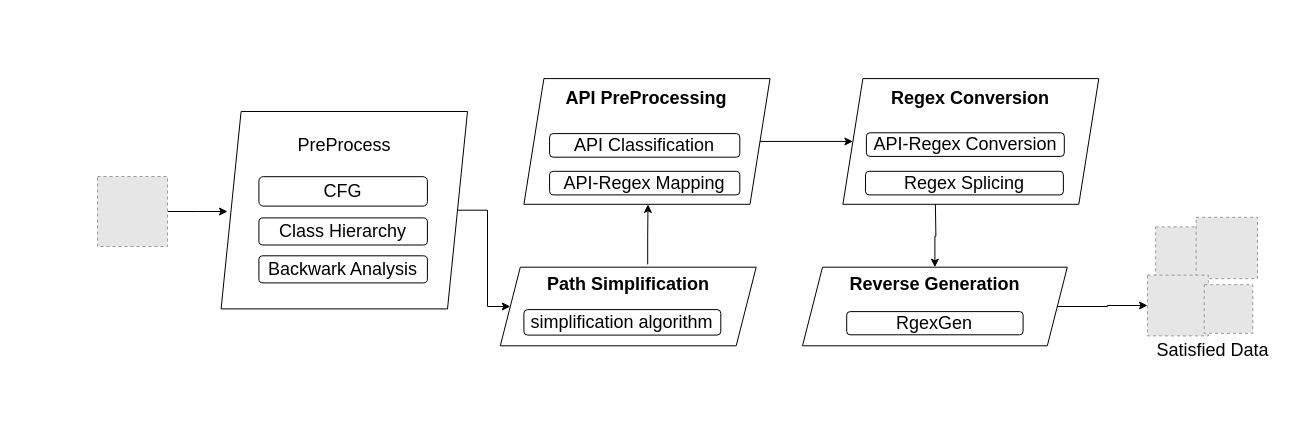
suoyi123wang/draw.io keeps this draw.io diagram as page "Page-1" (1 of 2) of JusStr.drawio. Above is the earlier version. Source tidied: cells renumbered, new cells numbered last; positions are measured from the earlier drawing's top-left corner, leaving out a move shared by most shapes. Both pictures are drawn from the tidied source at 100%, with x=0, y=0 at pixel (97, 78). Pictures stored in the file or linked from it are replaced by grey dashed boxes.
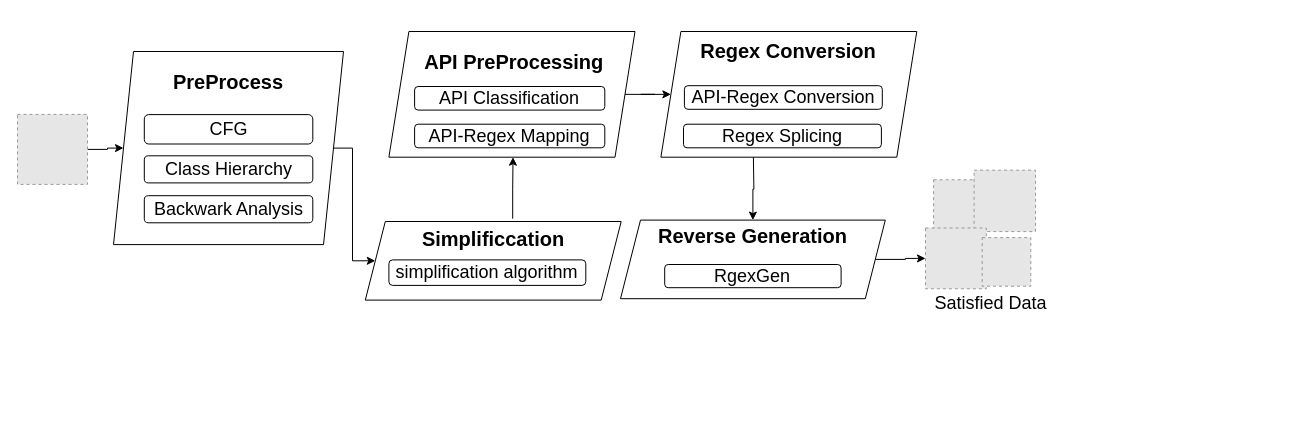
The same page after the edit.

Change to the diagram source:
```diff
@@
-    <mxCell id="7" style="group;" parent="1" vertex="1">
-      <mxGeometry x="402.8" y="0.1" width="246.1" height="125.7" as="geometry" />
-    </mxCell>
+    <mxCell id="43" style="group;" parent="1" vertex="1">
+      <mxGeometry x="267.8" y="-47" width="246.1" height="125.7" as="geometry" />
+    </mxCell>
-    <mxCell id="8" style="group;" parent="7" vertex="1">
+    <mxCell id="8" style="group;" parent="43" vertex="1">
       <mxGeometry x="23.6" width="246.1" height="125.7" as="geometry" />
     </mxCell>
-    <mxCell id="9" value="&lt;span style=&quot;font-weight: 700&quot;&gt;&lt;br&gt;API PreProcessing&lt;br&gt;&lt;br&gt;&lt;br&gt;&lt;br&gt;&lt;br&gt;&lt;/span&gt;&lt;br&gt;" style="shape=parallelogram;perimeter=parallelogramPerimeter;whiteSpace=wrap;html=1;fixedSize=1;fontSize=18;" parent="8" vertex="1">
+    <mxCell id="9" value="&lt;span style=&quot;font-weight: 700&quot;&gt;&lt;font&gt;&lt;br&gt;&lt;font style=&quot;font-size: 20px&quot;&gt;&amp;nbsp;API PreProcessing&lt;br&gt;&lt;/font&gt;&lt;br&gt;&lt;br&gt;&lt;br&gt;&lt;br&gt;&lt;/font&gt;&lt;/span&gt;" style="shape=parallelogram;perimeter=parallelogramPerimeter;whiteSpace=wrap;html=1;fixedSize=1;fontSize=18;" parent="8" vertex="1">
       <mxGeometry width="246.1" height="125.7" as="geometry" />
     </mxCell>
@@
-    <mxCell id="12" style="group;" parent="1" vertex="1">
-      <mxGeometry x="754.2" y="0.1" width="255.9" height="125.7" as="geometry" />
-    </mxCell>
+    <mxCell id="44" style="group;" parent="1" vertex="1">
+      <mxGeometry x="572.2" y="-47" width="255.9" height="125.7" as="geometry" />
+    </mxCell>
-    <mxCell id="13" style="group;" parent="12" vertex="1">
+    <mxCell id="13" style="group;" parent="44" vertex="1">
       <mxGeometry x="-8.8" width="255.9" height="125.7" as="geometry" />
     </mxCell>
-    <mxCell id="14" value="&lt;b&gt;&lt;br&gt;Regex Conversion&lt;br&gt;&lt;br&gt;&lt;br&gt;&lt;br&gt;&lt;br&gt;&lt;br&gt;&lt;/b&gt;" style="shape=parallelogram;perimeter=parallelogramPerimeter;whiteSpace=wrap;html=1;fixedSize=1;fontSize=18;" parent="13" vertex="1">
+    <mxCell id="14" value="&lt;b&gt;&lt;br&gt;&lt;font style=&quot;font-size: 20px&quot;&gt;Regex Conversion&lt;br&gt;&lt;/font&gt;&lt;br&gt;&lt;br&gt;&lt;br&gt;&lt;br&gt;&lt;br&gt;&lt;/b&gt;" style="shape=parallelogram;perimeter=parallelogramPerimeter;whiteSpace=wrap;html=1;fixedSize=1;fontSize=18;" parent="13" vertex="1">
       <mxGeometry width="255.9" height="125.7" as="geometry" />
     </mxCell>
@@
-    <mxCell id="17" style="group;" parent="1" vertex="1">
-      <mxGeometry x="705" y="188.7" width="264.8" height="78.6" as="geometry" />
-    </mxCell>
+    <mxCell id="45" style="group;" parent="1" vertex="1">
+      <mxGeometry x="523" y="141.6" width="264.8" height="78.6" as="geometry" />
+    </mxCell>
-    <mxCell id="18" value="&lt;b&gt;&lt;br&gt;&lt;br&gt;Reverse Generation&lt;br&gt;&lt;br&gt;&lt;br&gt;&lt;br&gt;&lt;br&gt;&lt;/b&gt;" style="shape=parallelogram;perimeter=parallelogramPerimeter;whiteSpace=wrap;html=1;fixedSize=1;fontSize=18;" parent="17" vertex="1">
+    <mxCell id="18" value="&lt;b&gt;&lt;font style=&quot;font-size: 20px&quot;&gt;&lt;br&gt;&lt;br&gt;Reverse Generation&lt;br&gt;&lt;br&gt;&lt;br&gt;&lt;br&gt;&lt;/font&gt;&lt;br&gt;&lt;/b&gt;" style="shape=parallelogram;perimeter=parallelogramPerimeter;whiteSpace=wrap;html=1;fixedSize=1;fontSize=18;" parent="45" vertex="1">
       <mxGeometry width="264.8" height="78.6" as="geometry" />
     </mxCell>
-    <mxCell id="19" value="RgexGen" style="rounded=1;whiteSpace=wrap;html=1;fontSize=18;" parent="17" vertex="1">
+    <mxCell id="19" value="RgexGen" style="rounded=1;whiteSpace=wrap;html=1;fontSize=18;" parent="45" vertex="1">
       <mxGeometry x="44.2" y="44.4" width="176.4" height="23.2" as="geometry" />
     </mxCell>
-    <mxCell id="20" style="group;" parent="1" vertex="1">
-      <mxGeometry x="402.8" y="188.7" width="255.9" height="78.6" as="geometry" />
-    </mxCell>
-    <mxCell id="21" value="&lt;span style=&quot;font-weight: 700&quot;&gt;Path Simplification&lt;br&gt;&lt;br&gt;&lt;/span&gt;&lt;span style=&quot;font-weight: 700&quot;&gt;&lt;br&gt;&lt;/span&gt;" style="shape=parallelogram;perimeter=parallelogramPerimeter;whiteSpace=wrap;html=1;fixedSize=1;fontSize=18;" parent="20" vertex="1">
-      <mxGeometry width="255.9" height="78.6" as="geometry" />
-    </mxCell>
+    <mxCell id="46" style="group;" parent="1" vertex="1">
+      <mxGeometry x="267.8" y="143" width="255.9" height="78.6" as="geometry" />
+    </mxCell>
+    <mxCell id="47" value="&lt;span style=&quot;font-weight: 700&quot;&gt;&lt;span style=&quot;font-size: 20px&quot;&gt;Simplificcation&lt;br&gt;&lt;/span&gt;&lt;br&gt;&lt;br&gt;&lt;/span&gt;" style="shape=parallelogram;perimeter=parallelogramPerimeter;whiteSpace=wrap;html=1;fixedSize=1;fontSize=18;" parent="46" vertex="1">
+      <mxGeometry width="255.9" height="78.6" as="geometry" />
+    </mxCell>
-    <mxCell id="22" value="simplification algorithm" style="rounded=1;whiteSpace=wrap;html=1;fontSize=18;" parent="20" vertex="1">
-      <mxGeometry x="23.6" y="42.4" width="196.9" height="25.5" as="geometry" />
+    <mxCell id="22" value="simplification algorithm" style="rounded=1;whiteSpace=wrap;html=1;fontSize=18;" parent="46" vertex="1">
+      <mxGeometry x="23.6" y="38.4" width="196.9" height="25.5" as="geometry" />
     </mxCell>
-    <mxCell id="23" style="edgeStyle=orthogonalEdgeStyle;rounded=0;jettySize=auto;html=1;exitX=0.576;exitY=-0.036;exitDx=0;exitDy=0;fontSize=18;exitPerimeter=0;" parent="1" edge="1" source="21">
-      <mxGeometry relative="1" as="geometry">
-        <mxPoint x="550.5" y="125.9" as="targetPoint" />
-      </mxGeometry>
-    </mxCell>
+    <mxCell id="48" style="edgeStyle=orthogonalEdgeStyle;rounded=0;jettySize=auto;html=1;exitX=0.576;exitY=-0.036;exitDx=0;exitDy=0;fontSize=18;exitPerimeter=0;" parent="1" edge="1" source="47">
+      <mxGeometry relative="1" as="geometry">
+        <mxPoint x="415.5" y="78.7" as="targetPoint" />
+      </mxGeometry>
+    </mxCell>
@@
-    <mxCell id="25" style="edgeStyle=orthogonalEdgeStyle;rounded=0;jettySize=auto;html=1;entryX=0.5;entryY=0;entryDx=0;entryDy=0;fontSize=18;" parent="1" edge="1" target="18">
-      <mxGeometry relative="1" as="geometry">
-        <mxPoint x="837.9" y="125.9" as="sourcePoint" />
-      </mxGeometry>
-    </mxCell>
-    <mxCell id="26" style="group;" parent="1" vertex="1">
-      <mxGeometry x="100" y="33" width="290" height="300" as="geometry" />
-    </mxCell>
-    <mxCell id="27" style="group;" parent="26" vertex="1">
-      <mxGeometry x="23.6" width="246.4" height="300" as="geometry" />
-    </mxCell>
-    <mxCell id="28" value="&lt;br&gt;&lt;br&gt;&lt;br&gt;&lt;br&gt;&lt;br&gt;PreProcess&lt;br&gt;&lt;br&gt;&lt;br&gt;&lt;br&gt;&lt;br&gt;&lt;br&gt;&lt;br&gt;&lt;br&gt;&lt;br&gt;&lt;br&gt;&lt;br&gt;&lt;br&gt;" style="shape=parallelogram;perimeter=parallelogramPerimeter;whiteSpace=wrap;html=1;fixedSize=1;fontSize=18;" parent="27" vertex="1">
-      <mxGeometry width="246.4" height="197.4" as="geometry" />
-    </mxCell>
-    <mxCell id="29" value="CFG" style="rounded=1;whiteSpace=wrap;html=1;fontSize=18;" parent="27" vertex="1">
-      <mxGeometry x="37.8" y="65.2" width="168.5" height="29.4" as="geometry" />
-    </mxCell>
-    <mxCell id="30" value="Class Hierarchy" style="rounded=1;whiteSpace=wrap;html=1;fontSize=18;" parent="27" vertex="1">
-      <mxGeometry x="37.8" y="106.4" width="168.5" height="27.1" as="geometry" />
-    </mxCell>
-    <mxCell id="31" value="Backwark Analysis" style="rounded=1;whiteSpace=wrap;html=1;fontSize=18;" parent="27" vertex="1">
-      <mxGeometry x="37.8" y="144.3" width="168.5" height="27.1" as="geometry" />
-    </mxCell>
-    <mxCell id="32" style="edgeStyle=orthogonalEdgeStyle;rounded=0;jettySize=auto;html=1;entryX=0;entryY=0.5;entryDx=0;entryDy=0;fontSize=18;exitX=1;exitY=0.5;exitDx=0;exitDy=0;" parent="1" edge="1" source="28" target="21">
-      <mxGeometry relative="1" as="geometry" />
-    </mxCell>
-    <mxCell id="33" style="group;" parent="1" vertex="1">
-      <mxGeometry x="1030" y="137" width="150" height="150" as="geometry" />
-    </mxCell>
+    <mxCell id="49" style="edgeStyle=orthogonalEdgeStyle;rounded=0;jettySize=auto;html=1;entryX=0.5;entryY=0;entryDx=0;entryDy=0;fontSize=18;" parent="1" edge="1" target="18">
+      <mxGeometry relative="1" as="geometry">
+        <mxPoint x="655.9" y="78.7" as="sourcePoint" />
+      </mxGeometry>
+    </mxCell>
+    <mxCell id="50" style="group;" parent="1" vertex="1">
+      <mxGeometry x="808" y="89.9" width="150" height="150" as="geometry" />
+    </mxCell>
-    <mxCell id="34" style="group;rotation=90;" parent="33" vertex="1">
+    <mxCell id="34" style="group;rotation=90;" parent="50" vertex="1">
       <mxGeometry x="10" y="-10" width="110" height="130" as="geometry" />
     </mxCell>
@@
-    <mxCell id="39" value="Satisfied Data" style="text;html=1;align=center;verticalAlign=middle;strokeColor=none;fillColor=none;fontSize=18;" parent="33" vertex="1">
+    <mxCell id="39" value="Satisfied Data" style="text;html=1;align=center;verticalAlign=middle;strokeColor=none;fillColor=none;fontSize=18;" parent="50" vertex="1">
       <mxGeometry x="20" y="120" width="130" height="30" as="geometry" />
     </mxCell>
@@
-    <mxCell id="41" style="edgeStyle=orthogonalEdgeStyle;rounded=0;jettySize=auto;html=1;fontSize=18;" parent="1" edge="1" source="42">
-      <mxGeometry relative="1" as="geometry">
-        <mxPoint x="130" y="133" as="targetPoint" />
-      </mxGeometry>
-    </mxCell>
-    <mxCell id="42" style="fillColor=#E6E6E6;strokeColor=#999999;dashed=1;verticalLabelPosition=bottom;labelBackgroundColor=default;verticalAlign=top;" parent="1" vertex="1">
-      <mxGeometry y="98" width="70" height="70" as="geometry" />
-    </mxCell>
+    <mxCell id="51" style="edgeStyle=orthogonalEdgeStyle;rounded=0;jettySize=auto;html=1;entryX=0;entryY=0.5;entryDx=0;entryDy=0;fontSize=22;" parent="1" edge="1" source="52" target="28">
+      <mxGeometry relative="1" as="geometry" />
+    </mxCell>
+    <mxCell id="52" style="fillColor=#E6E6E6;strokeColor=#999999;dashed=1;verticalLabelPosition=bottom;labelBackgroundColor=default;verticalAlign=top;" parent="1" vertex="1">
+      <mxGeometry x="-80" y="35.9" width="70" height="70" as="geometry" />
+    </mxCell>
+    <mxCell id="53" style="group;" parent="1" vertex="1">
+      <mxGeometry x="16" y="-27" width="230" height="193.1" as="geometry" />
+    </mxCell>
+    <mxCell id="29" value="CFG" style="rounded=1;whiteSpace=wrap;html=1;fontSize=18;" parent="53" vertex="1">
+      <mxGeometry x="30.8" y="63.1" width="168.5" height="29.4" as="geometry" />
+    </mxCell>
+    <mxCell id="30" value="Class Hierarchy" style="rounded=1;whiteSpace=wrap;html=1;fontSize=18;" parent="53" vertex="1">
+      <mxGeometry x="30.8" y="104.3" width="168.5" height="27.1" as="geometry" />
+    </mxCell>
+    <mxCell id="31" value="Backwark Analysis" style="rounded=1;whiteSpace=wrap;html=1;fontSize=18;" parent="53" vertex="1">
+      <mxGeometry x="30.8" y="144.2" width="168.5" height="27.1" as="geometry" />
+    </mxCell>
+    <mxCell id="28" value="&lt;font&gt;&lt;b&gt;&lt;font style=&quot;font-size: 20px&quot;&gt;PreProcess&lt;br&gt;&lt;br&gt;&lt;/font&gt;&lt;/b&gt;&lt;br&gt;&lt;br&gt;&lt;br&gt;&lt;br&gt;&lt;br&gt;&lt;/font&gt;" style="shape=parallelogram;perimeter=parallelogramPerimeter;whiteSpace=wrap;html=1;fixedSize=1;fontSize=18;fillColor=none;" parent="53" vertex="1">
+      <mxGeometry width="230" height="193.1" as="geometry" />
+    </mxCell>
+    <mxCell id="54" style="edgeStyle=orthogonalEdgeStyle;rounded=0;jettySize=auto;html=1;fontSize=22;entryX=0;entryY=0.5;entryDx=0;entryDy=0;" parent="1" edge="1" source="28" target="47">
+      <mxGeometry relative="1" as="geometry">
+        <Array as="points">
+          <mxPoint x="255" y="70" />
+          <mxPoint x="255" y="182" />
+        </Array>
+      </mxGeometry>
+    </mxCell>
```
